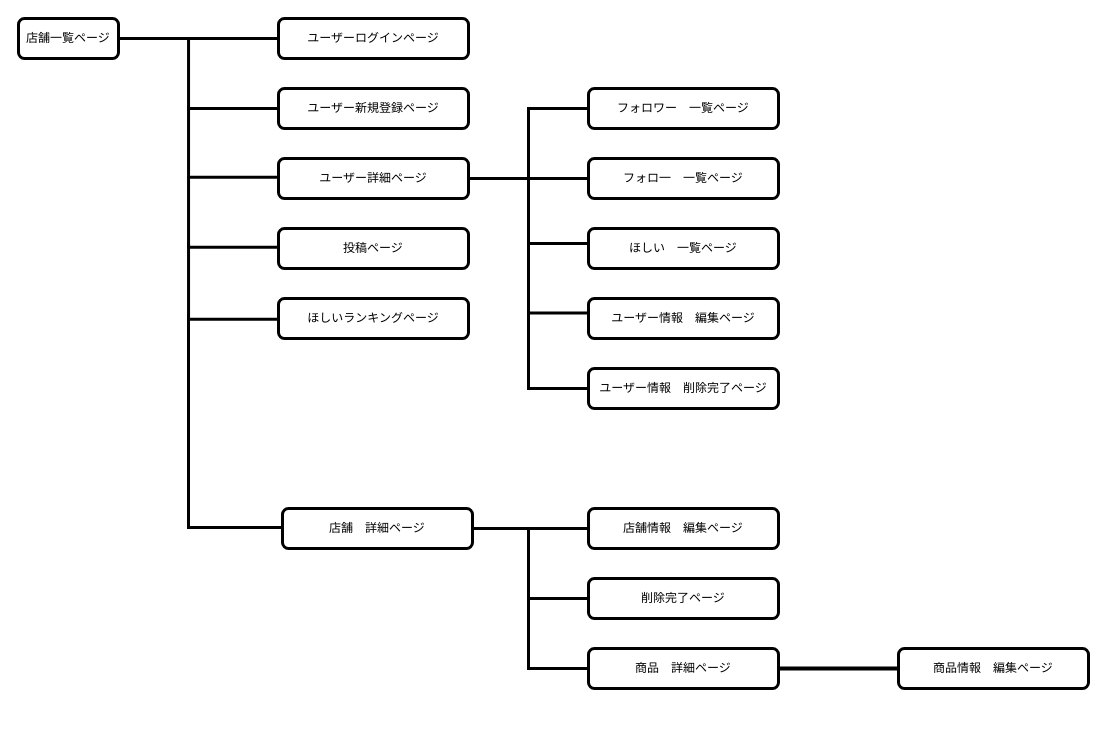
Before: 画面遷移図.dio in torako-san/CoffeeTown, a draw.io diagram. Source tidied: cells renumbered, new cells numbered last; positions are measured from the earlier drawing's top-left corner, leaving out a move shared by most shapes. Both pictures are drawn from the tidied source at 100%, with x=0, y=0 at pixel (18, 18).
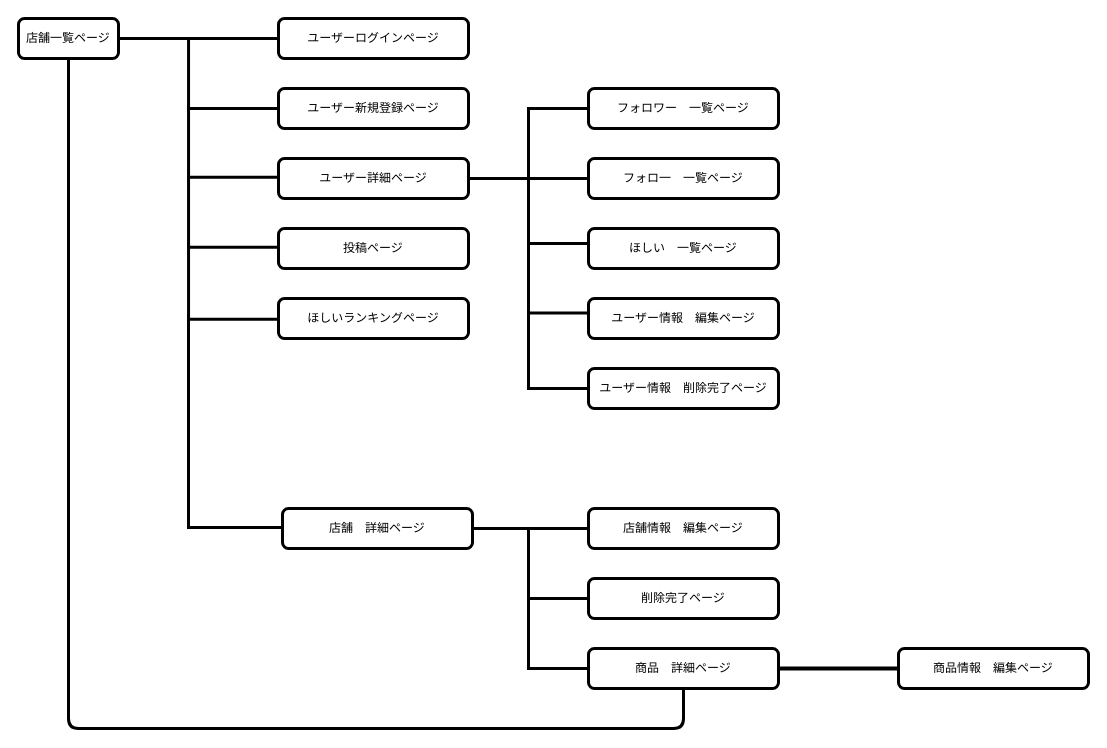
The same page after the edit.

Unchanged cells that the change refers to:
```xml
<mxCell id="16" value="商品　詳細ページ" style="whiteSpace=wrap;html=1;align=center;rounded=1;strokeWidth=3;strokeColor=#000000;" parent="2" vertex="1">
  <mxGeometry x="570" y="630" width="190" height="40" as="geometry" />
</mxCell>
<mxCell id="18" value="店舗一覧ページ" style="whiteSpace=wrap;html=1;align=center;rounded=1;strokeWidth=3;strokeColor=#000000;" parent="2" vertex="1">
  <mxGeometry width="100" height="40" as="geometry" />
</mxCell>
```

Change to the diagram source:
```diff
@@
+    <mxCell id="34" style="edgeStyle=orthogonalEdgeStyle;html=1;exitX=0.5;exitY=1;exitDx=0;exitDy=0;strokeWidth=3;endArrow=none;endFill=0;strokeColor=#000000;entryX=0.5;entryY=1;entryDx=0;entryDy=0;" parent="1" edge="1" source="18" target="16">
+      <mxGeometry relative="1" as="geometry">
+        <Array as="points">
+          <mxPoint x="50" y="710" />
+          <mxPoint x="665" y="710" />
+        </Array>
+      </mxGeometry>
+    </mxCell>
```
